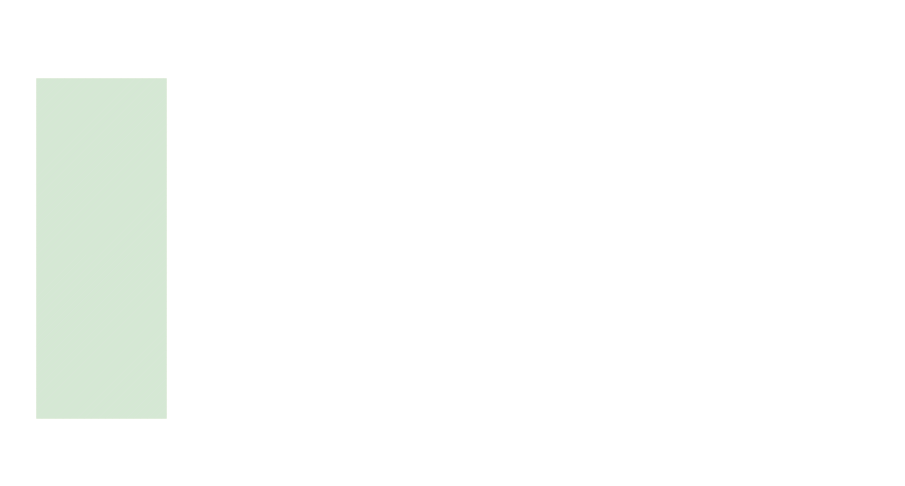
Earlier version of the draw.io diagram 未命名绘图.drawio (cuidi1/Molecules_Dataset_Collection). Source tidied: cells renumbered, new cells numbered last; positions are measured from the earlier drawing's top-left corner, leaving out a move shared by most shapes. Both pictures are drawn from the tidied source at 100%, with x=0, y=0 at pixel (36, 78). Pictures stored in the file or linked from it are replaced by grey dashed boxes.
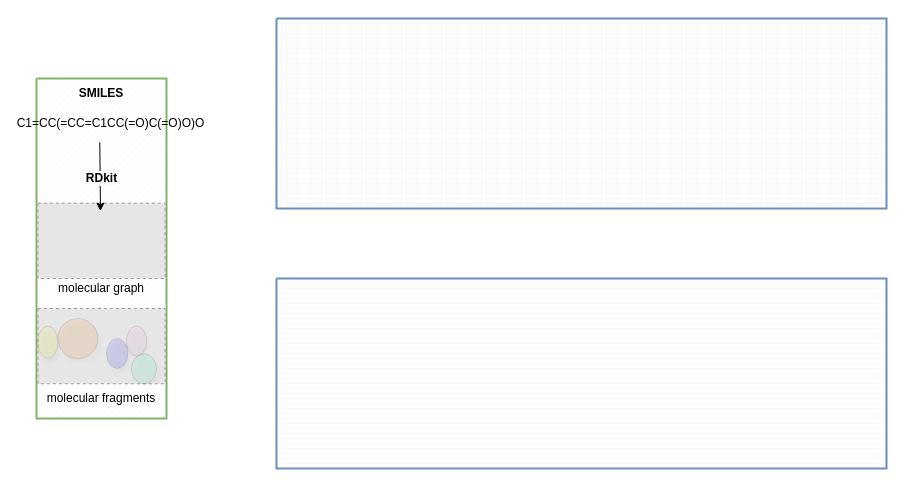
The same page after the edit.

Commit message:
更新未命名绘图.drawio

Change to the diagram source:
```diff
@@
 <mxGraphModel>
   <root>
     <mxCell id="0" />
     <mxCell id="1" parent="0" />
-    <mxCell id="2" style="verticalLabelPosition=bottom;verticalAlign=top;html=1;shape=mxgraph.basic.patternFillRect;fillStyle=diag;step=5;fillStrokeWidth=0.2;fillStrokeColor=#dddddd;fillColor=#d5e8d4;strokeColor=#82b366;strokeWidth=0;" parent="1" vertex="1">
+    <mxCell id="2" style="verticalLabelPosition=bottom;verticalAlign=top;html=1;shape=mxgraph.basic.patternFillRect;fillStyle=diag;step=5;fillStrokeWidth=0.2;fillStrokeColor=#dddddd;fillColor=none;strokeColor=#82b366;strokeWidth=2;fontStyle=0;" parent="1" vertex="1">
       <mxGeometry width="130" height="340" as="geometry" />
     </mxCell>
+    <mxCell id="3" style="verticalLabelPosition=bottom;verticalAlign=top;html=1;shape=mxgraph.basic.patternFillRect;fillStyle=grid;step=5;fillStrokeWidth=0.2;fillStrokeColor=#dddddd;fillColor=none;strokeColor=#6c8ebf;strokeWidth=2;" parent="1" vertex="1">
+      <mxGeometry x="240" y="-60" width="610" height="190" as="geometry" />
+    </mxCell>
+    <mxCell id="4" style="verticalLabelPosition=bottom;verticalAlign=top;html=1;shape=mxgraph.basic.patternFillRect;fillStyle=hor;step=5;fillStrokeWidth=0.2;fillStrokeColor=#dddddd;fillColor=none;strokeColor=#6c8ebf;strokeWidth=2;" parent="1" vertex="1">
+      <mxGeometry x="240" y="200" width="610" height="190" as="geometry" />
+    </mxCell>
+    <mxCell id="5" value="&lt;b&gt;SMILES&lt;/b&gt;" style="text;html=1;strokeColor=none;fillColor=none;align=center;verticalAlign=middle;whiteSpace=wrap;rounded=0;" parent="1" vertex="1">
+      <mxGeometry x="35" width="60" height="30" as="geometry" />
+    </mxCell>
+    <mxCell id="6" value="C1=CC(=CC=C1CC(=O)C(=O)O)O" style="text;html=1;strokeColor=none;fillColor=none;align=center;verticalAlign=middle;whiteSpace=wrap;rounded=0;" parent="1" vertex="1">
+      <mxGeometry x="19.4" y="30" width="110.6" height="30" as="geometry" />
+    </mxCell>
+    <mxCell id="7" style="fillColor=#E6E6E6;strokeColor=#999999;dashed=1;verticalLabelPosition=bottom;labelBackgroundColor=default;verticalAlign=top;" parent="1" vertex="1">
+      <mxGeometry x="1.4" y="124.7" width="127.3" height="75.3" as="geometry" />
+    </mxCell>
+    <mxCell id="8" style="fillColor=#E6E6E6;strokeColor=#999999;dashed=1;verticalLabelPosition=bottom;labelBackgroundColor=default;verticalAlign=top;" parent="1" vertex="1">
+      <mxGeometry x="1.4" y="230" width="127.3" height="75.3" as="geometry" />
+    </mxCell>
+    <mxCell id="9" style="endArrow=classic;html=1;rounded=0;exitX=0.487;exitY=0.188;exitDx=0;exitDy=0;exitPerimeter=0;entryX=0.492;entryY=0.39;entryDx=0;entryDy=0;entryPerimeter=0;elbow=vertical;" parent="1" edge="1" source="2" target="2">
+      <mxGeometry relative="1" as="geometry" />
+    </mxCell>
+    <mxCell id="10" value="&lt;b style=&quot;border-color: var(--border-color); font-size: 12px; background-color: rgb(251, 251, 251);&quot;&gt;RDkit&lt;/b&gt;" style="edgeLabel;html=1;align=center;verticalAlign=middle;" parent="9" vertex="1">
+      <mxGeometry x="0.05" y="-1" relative="1" as="geometry">
+        <mxPoint x="2" as="offset" />
+      </mxGeometry>
+    </mxCell>
+    <mxCell id="11" style="ellipse;whiteSpace=wrap;html=1;shadow=1;opacity=10;fillColor=#FF8000;" parent="1" vertex="1">
+      <mxGeometry x="21.4" y="240" width="40" height="40" as="geometry" />
+    </mxCell>
+    <mxCell id="12" style="ellipse;whiteSpace=wrap;html=1;shadow=1;opacity=10;fillColor=#FF99FF;" parent="1" vertex="1">
+      <mxGeometry x="90" y="247.6" width="20" height="30" as="geometry" />
+    </mxCell>
+    <mxCell id="13" style="ellipse;whiteSpace=wrap;html=1;shadow=1;opacity=10;fillColor=#0000FF;" parent="1" vertex="1">
+      <mxGeometry x="70" y="260" width="21.4" height="30" as="geometry" />
+    </mxCell>
+    <mxCell id="14" style="ellipse;whiteSpace=wrap;html=1;shadow=1;opacity=10;fillColor=#FFFF00;" parent="1" vertex="1">
+      <mxGeometry x="1.4" y="247.6" width="20" height="32.4" as="geometry" />
+    </mxCell>
+    <mxCell id="15" style="ellipse;whiteSpace=wrap;html=1;shadow=1;opacity=10;fillColor=#33FF99;" parent="1" vertex="1">
+      <mxGeometry x="95" y="275.3" width="25" height="30" as="geometry" />
+    </mxCell>
+    <mxCell id="16" value="molecular fragments" style="text;html=1;strokeColor=none;fillColor=none;align=center;verticalAlign=middle;whiteSpace=wrap;rounded=0;" parent="1" vertex="1">
+      <mxGeometry x="-5" y="310" width="140" height="20" as="geometry" />
+    </mxCell>
+    <mxCell id="17" value="molecular graph" style="text;html=1;strokeColor=none;fillColor=none;align=center;verticalAlign=middle;whiteSpace=wrap;rounded=0;" parent="1" vertex="1">
+      <mxGeometry x="-5" y="200" width="140" height="20" as="geometry" />
+    </mxCell>
   </root>
 </mxGraphModel>
```
